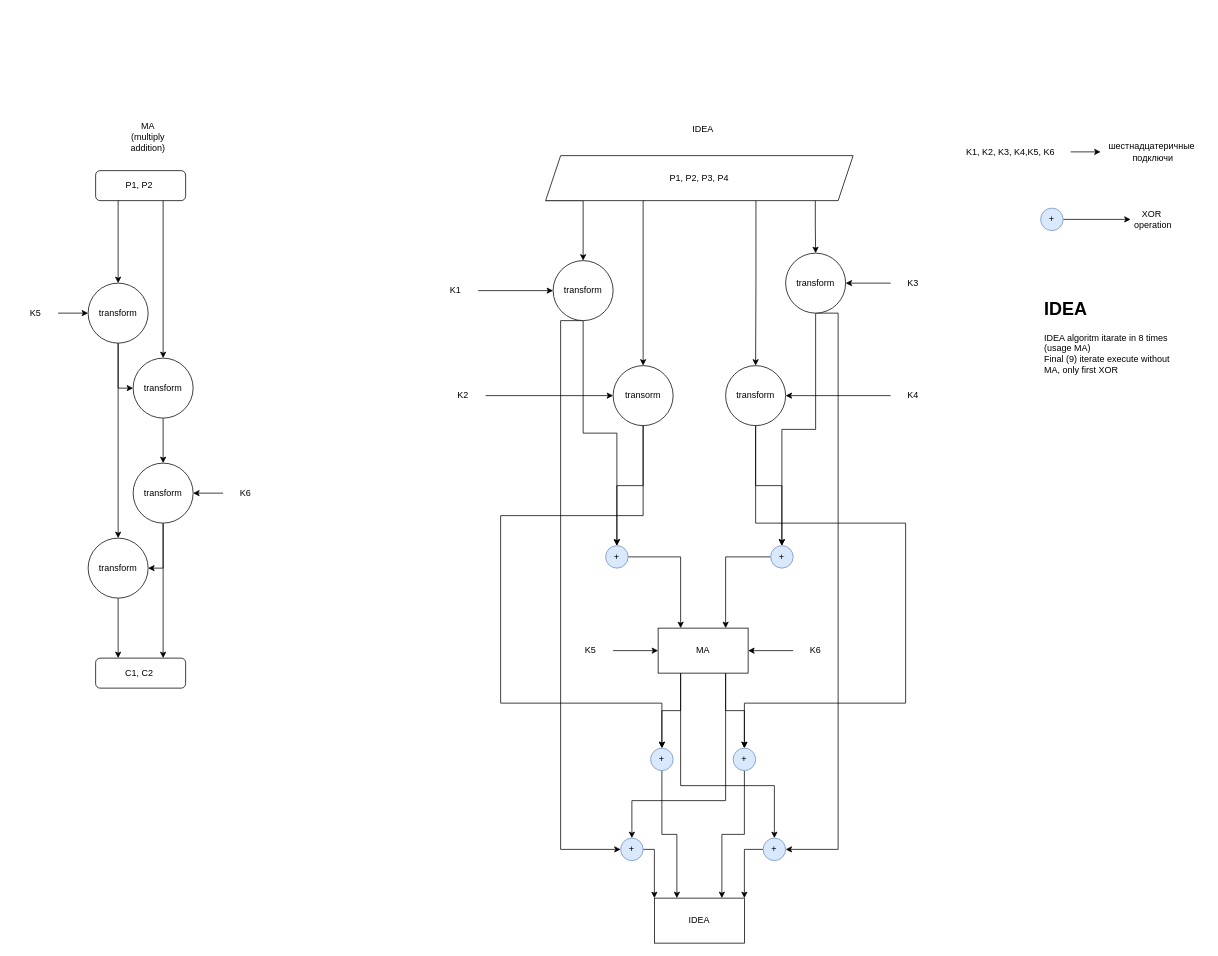
This is page "IDEA" (1 of 2) of IDEA.drawio from Vladislav1809/IDEA_course_work, a draw.io file, before an edit. Source tidied: cells renumbered, new cells numbered last; positions are measured from the earlier drawing's top-left corner, leaving out a move shared by most shapes. Both pictures are drawn from the tidied source at 75%, with x=0, y=0 at pixel (13, 118).
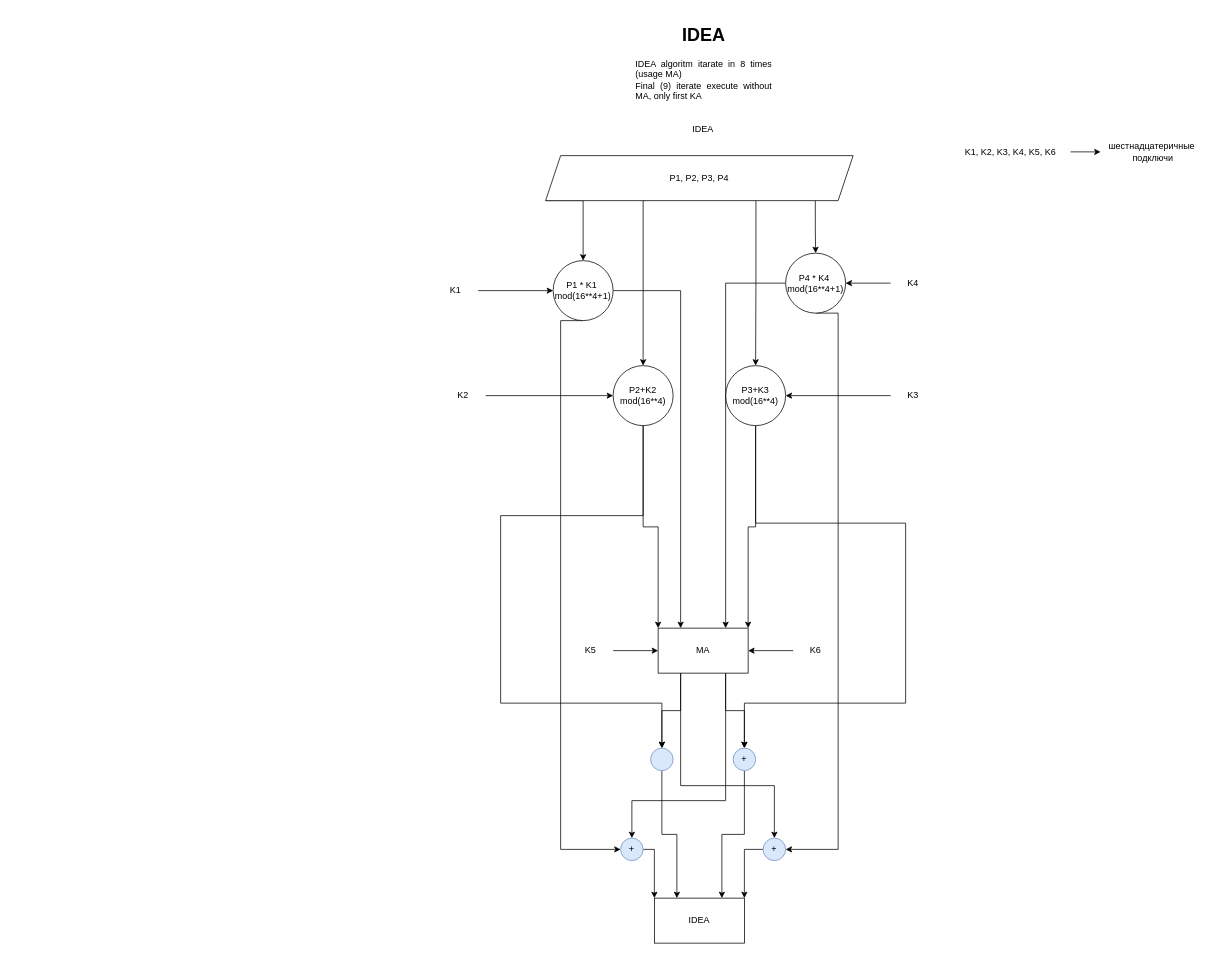
The same page after the edit.

Commit message:
upd(IDEA.drawio): изменена схема шифрования

The change refers to these unchanged cells:
```xml
<mxCell id="59" value="MA" style="rounded=0;whiteSpace=wrap;html=1;" parent="1" vertex="1">
  <mxGeometry x="860" y="680" width="120" height="60" as="geometry" />
</mxCell>
```

What changed in the source:
```diff
@@
-    <mxCell id="2" value="P1, P2&amp;nbsp;" style="rounded=1;whiteSpace=wrap;html=1;fontSize=12;glass=0;strokeWidth=1;shadow=0;" parent="1" vertex="1">
-      <mxGeometry x="110" y="70" width="120" height="40" as="geometry" />
-    </mxCell>
-    <mxCell id="3" style="edgeStyle=orthogonalEdgeStyle;rounded=0;jettySize=auto;html=1;" parent="1" edge="1" source="4" target="11">
-      <mxGeometry relative="1" as="geometry" />
-    </mxCell>
-    <mxCell id="4" value="K5" style="text;html=1;strokeColor=none;fillColor=none;align=center;verticalAlign=middle;whiteSpace=wrap;rounded=0;" parent="1" vertex="1">
-      <mxGeometry y="245" width="60" height="30" as="geometry" />
-    </mxCell>
@@
-    <mxCell id="7" value="K1, K2, K3, K4,K5, K6" style="text;html=1;strokeColor=none;fillColor=none;align=center;verticalAlign=middle;whiteSpace=wrap;rounded=0;" parent="1" vertex="1">
+    <mxCell id="7" value="K1, K2, K3, K4, K5, K6" style="text;html=1;strokeColor=none;fillColor=none;align=center;verticalAlign=middle;whiteSpace=wrap;rounded=0;" parent="1" vertex="1">
       <mxGeometry x="1250" y="30" width="160" height="30" as="geometry" />
     </mxCell>
-    <mxCell id="8" style="endArrow=classic;html=1;rounded=0;exitX=0.25;exitY=1;exitDx=0;exitDy=0;entryX=0.5;entryY=0;entryDx=0;entryDy=0;" parent="1" edge="1" source="2" target="11">
-      <mxGeometry relative="1" as="geometry" />
-    </mxCell>
-    <mxCell id="9" style="endArrow=classic;html=1;rounded=0;exitX=0.75;exitY=1;exitDx=0;exitDy=0;entryX=0.5;entryY=0;entryDx=0;entryDy=0;" parent="1" edge="1" source="2" target="14">
-      <mxGeometry relative="1" as="geometry" />
-    </mxCell>
-    <mxCell id="10" style="edgeStyle=orthogonalEdgeStyle;rounded=0;jettySize=auto;html=1;" parent="1" edge="1" source="11" target="21">
-      <mxGeometry relative="1" as="geometry" />
-    </mxCell>
-    <mxCell id="11" value="transform" style="ellipse;whiteSpace=wrap;html=1;" parent="1" vertex="1">
-      <mxGeometry x="100" y="220" width="80" height="80" as="geometry" />
-    </mxCell>
-    <mxCell id="12" style="endArrow=classic;html=1;rounded=0;exitX=0.5;exitY=1;exitDx=0;exitDy=0;" parent="1" edge="1" source="11" target="14">
-      <mxGeometry relative="1" as="geometry">
-        <Array as="points">
-          <mxPoint x="140" y="360" />
-        </Array>
-      </mxGeometry>
-    </mxCell>
-    <mxCell id="13" style="edgeStyle=orthogonalEdgeStyle;rounded=0;jettySize=auto;html=1;" parent="1" edge="1" source="14" target="19">
-      <mxGeometry relative="1" as="geometry" />
-    </mxCell>
-    <mxCell id="14" value="transform" style="ellipse;whiteSpace=wrap;html=1;" parent="1" vertex="1">
-      <mxGeometry x="160" y="320" width="80" height="80" as="geometry" />
-    </mxCell>
-    <mxCell id="15" style="edgeStyle=orthogonalEdgeStyle;rounded=0;jettySize=auto;html=1;entryX=1;entryY=0.5;entryDx=0;entryDy=0;" parent="1" edge="1" source="16" target="19">
-      <mxGeometry relative="1" as="geometry" />
-    </mxCell>
-    <mxCell id="16" value="K6" style="text;html=1;strokeColor=none;fillColor=none;align=center;verticalAlign=middle;whiteSpace=wrap;rounded=0;" parent="1" vertex="1">
-      <mxGeometry x="280" y="485" width="60" height="30" as="geometry" />
-    </mxCell>
-    <mxCell id="17" style="edgeStyle=orthogonalEdgeStyle;rounded=0;jettySize=auto;html=1;entryX=1;entryY=0.5;entryDx=0;entryDy=0;" parent="1" edge="1" source="19" target="21">
-      <mxGeometry relative="1" as="geometry" />
-    </mxCell>
-    <mxCell id="18" style="edgeStyle=orthogonalEdgeStyle;rounded=0;jettySize=auto;html=1;entryX=0.75;entryY=0;entryDx=0;entryDy=0;" parent="1" edge="1" source="19" target="22">
-      <mxGeometry relative="1" as="geometry" />
-    </mxCell>
-    <mxCell id="19" value="transform" style="ellipse;whiteSpace=wrap;html=1;" parent="1" vertex="1">
-      <mxGeometry x="160" y="460" width="80" height="80" as="geometry" />
-    </mxCell>
-    <mxCell id="20" style="edgeStyle=orthogonalEdgeStyle;rounded=0;jettySize=auto;html=1;entryX=0.25;entryY=0;entryDx=0;entryDy=0;" parent="1" edge="1" source="21" target="22">
-      <mxGeometry relative="1" as="geometry" />
-    </mxCell>
-    <mxCell id="21" value="transform" style="ellipse;whiteSpace=wrap;html=1;" parent="1" vertex="1">
-      <mxGeometry x="100" y="560" width="80" height="80" as="geometry" />
-    </mxCell>
-    <mxCell id="22" value="C1, C2&amp;nbsp;" style="rounded=1;whiteSpace=wrap;html=1;fontSize=12;glass=0;strokeWidth=1;shadow=0;" parent="1" vertex="1">
-      <mxGeometry x="110" y="720" width="120" height="40" as="geometry" />
-    </mxCell>
-    <mxCell id="23" value="MA&lt;br&gt;(multiply addition)" style="text;html=1;strokeColor=none;fillColor=none;align=center;verticalAlign=middle;whiteSpace=wrap;rounded=0;" parent="1" vertex="1">
-      <mxGeometry x="150" y="10" width="60" height="30" as="geometry" />
-    </mxCell>
@@
-    <mxCell id="30" style="edgeStyle=orthogonalEdgeStyle;rounded=0;jettySize=auto;html=1;entryX=0.25;entryY=0;entryDx=0;entryDy=0;" parent="1" edge="1" source="31" target="59">
-      <mxGeometry relative="1" as="geometry" />
-    </mxCell>
-    <mxCell id="31" value="+" style="ellipse;whiteSpace=wrap;html=1;fillColor=#dae8fc;strokeColor=#6c8ebf;" parent="1" vertex="1">
-      <mxGeometry x="790" y="570" width="30" height="30" as="geometry" />
-    </mxCell>
-    <mxCell id="32" style="edgeStyle=orthogonalEdgeStyle;rounded=0;jettySize=auto;html=1;entryX=0.75;entryY=0;entryDx=0;entryDy=0;" parent="1" edge="1" source="33" target="59">
-      <mxGeometry relative="1" as="geometry" />
-    </mxCell>
-    <mxCell id="33" value="+" style="ellipse;whiteSpace=wrap;html=1;fillColor=#dae8fc;strokeColor=#6c8ebf;" parent="1" vertex="1">
-      <mxGeometry x="1010" y="570" width="30" height="30" as="geometry" />
-    </mxCell>
-    <mxCell id="34" style="edgeStyle=orthogonalEdgeStyle;rounded=0;jettySize=auto;html=1;entryX=0.5;entryY=0;entryDx=0;entryDy=0;" parent="1" edge="1" source="36" target="31">
-      <mxGeometry relative="1" as="geometry" />
-    </mxCell>
@@
+    <mxCell id="76" style="edgeStyle=orthogonalEdgeStyle;rounded=0;jettySize=auto;html=1;entryX=0.25;entryY=0;entryDx=0;entryDy=0;" parent="1" edge="1" source="36" target="59">
+      <mxGeometry relative="1" as="geometry" />
+    </mxCell>
-    <mxCell id="36" value="transform" style="ellipse;whiteSpace=wrap;html=1;" parent="1" vertex="1">
+    <mxCell id="36" value="P1 * K1&amp;nbsp;&lt;br&gt;mod(16**4+1)" style="ellipse;whiteSpace=wrap;html=1;" parent="1" vertex="1">
       <mxGeometry x="720" y="190" width="80" height="80" as="geometry" />
     </mxCell>
-    <mxCell id="37" style="edgeStyle=orthogonalEdgeStyle;rounded=0;jettySize=auto;html=1;entryX=0.5;entryY=0;entryDx=0;entryDy=0;" parent="1" edge="1" source="38" target="31">
-      <mxGeometry relative="1" as="geometry" />
-    </mxCell>
+    <mxCell id="77" style="edgeStyle=orthogonalEdgeStyle;rounded=0;jettySize=auto;html=1;entryX=0;entryY=0;entryDx=0;entryDy=0;" parent="1" edge="1" source="38" target="59">
+      <mxGeometry relative="1" as="geometry" />
+    </mxCell>
-    <mxCell id="38" value="transorm" style="ellipse;whiteSpace=wrap;html=1;" parent="1" vertex="1">
+    <mxCell id="38" value="P2+K2&lt;br&gt;mod(16**4)" style="ellipse;whiteSpace=wrap;html=1;" parent="1" vertex="1">
       <mxGeometry x="800" y="330" width="80" height="80" as="geometry" />
     </mxCell>
@@
-    <mxCell id="43" style="edgeStyle=orthogonalEdgeStyle;rounded=0;jettySize=auto;html=1;entryX=0.5;entryY=0;entryDx=0;entryDy=0;" parent="1" edge="1" source="44" target="33">
-      <mxGeometry relative="1" as="geometry" />
-    </mxCell>
+    <mxCell id="78" style="edgeStyle=orthogonalEdgeStyle;rounded=0;jettySize=auto;html=1;entryX=1;entryY=0;entryDx=0;entryDy=0;" parent="1" edge="1" source="44" target="59">
+      <mxGeometry relative="1" as="geometry" />
+    </mxCell>
-    <mxCell id="44" value="transform" style="ellipse;whiteSpace=wrap;html=1;" parent="1" vertex="1">
+    <mxCell id="44" value="P3+K3&lt;br&gt;mod(16**4)" style="ellipse;whiteSpace=wrap;html=1;" parent="1" vertex="1">
       <mxGeometry x="950" y="330" width="80" height="80" as="geometry" />
     </mxCell>
-    <mxCell id="45" style="edgeStyle=orthogonalEdgeStyle;rounded=0;jettySize=auto;html=1;entryX=0.5;entryY=0;entryDx=0;entryDy=0;" parent="1" edge="1" source="47" target="33">
-      <mxGeometry relative="1" as="geometry" />
-    </mxCell>
@@
+    <mxCell id="79" style="edgeStyle=orthogonalEdgeStyle;rounded=0;jettySize=auto;html=1;entryX=0.75;entryY=0;entryDx=0;entryDy=0;" parent="1" edge="1" source="47" target="59">
+      <mxGeometry relative="1" as="geometry" />
+    </mxCell>
-    <mxCell id="47" value="transform" style="ellipse;whiteSpace=wrap;html=1;" parent="1" vertex="1">
+    <mxCell id="47" value="P4 * K4&amp;nbsp;&lt;br&gt;mod(16**4+1)" style="ellipse;whiteSpace=wrap;html=1;" parent="1" vertex="1">
       <mxGeometry x="1030" y="180" width="80" height="80" as="geometry" />
     </mxCell>
@@
-    <mxCell id="49" value="K3" style="text;html=1;strokeColor=none;fillColor=none;align=center;verticalAlign=middle;whiteSpace=wrap;rounded=0;" parent="1" vertex="1">
+    <mxCell id="49" value="K4" style="text;html=1;strokeColor=none;fillColor=none;align=center;verticalAlign=middle;whiteSpace=wrap;rounded=0;" parent="1" vertex="1">
       <mxGeometry x="1170" y="205" width="60" height="30" as="geometry" />
     </mxCell>
@@
-    <mxCell id="51" value="K4" style="text;html=1;strokeColor=none;fillColor=none;align=center;verticalAlign=middle;whiteSpace=wrap;rounded=0;" parent="1" vertex="1">
+    <mxCell id="51" value="K3" style="text;html=1;strokeColor=none;fillColor=none;align=center;verticalAlign=middle;whiteSpace=wrap;rounded=0;" parent="1" vertex="1">
       <mxGeometry x="1170" y="355" width="60" height="30" as="geometry" />
     </mxCell>
-    <mxCell id="52" style="edgeStyle=orthogonalEdgeStyle;rounded=0;jettySize=auto;html=1;" parent="1" edge="1" source="53" target="54">
-      <mxGeometry relative="1" as="geometry" />
-    </mxCell>
-    <mxCell id="53" value="+" style="ellipse;whiteSpace=wrap;html=1;fillColor=#dae8fc;strokeColor=#6c8ebf;" parent="1" vertex="1">
-      <mxGeometry x="1370" y="120" width="30" height="30" as="geometry" />
-    </mxCell>
-    <mxCell id="54" value="XOR&amp;nbsp;&lt;br&gt;operation" style="text;html=1;strokeColor=none;fillColor=none;align=center;verticalAlign=middle;whiteSpace=wrap;rounded=0;" parent="1" vertex="1">
-      <mxGeometry x="1490" y="120" width="60" height="30" as="geometry" />
-    </mxCell>
@@
-    <mxCell id="68" value="+" style="ellipse;whiteSpace=wrap;html=1;fillColor=#dae8fc;strokeColor=#6c8ebf;" parent="1" vertex="1">
+    <mxCell id="68" style="ellipse;whiteSpace=wrap;html=1;fillColor=#dae8fc;strokeColor=#6c8ebf;" parent="1" vertex="1">
       <mxGeometry x="850" y="840" width="30" height="30" as="geometry" />
     </mxCell>
@@
-    <mxCell id="75" value="&lt;h1&gt;IDEA&lt;/h1&gt;&lt;p&gt;IDEA algoritm itarate in 8 times (usage MA)&lt;br&gt;Final (9) iterate execute without MA, only first XOR&amp;nbsp;&lt;br&gt;&lt;br&gt;&lt;/p&gt;" style="text;html=1;strokeColor=none;fillColor=none;spacing=5;spacingTop=-20;whiteSpace=wrap;overflow=hidden;rounded=0;" parent="1" vertex="1">
-      <mxGeometry x="1370" y="235" width="190" height="120" as="geometry" />
+    <mxCell id="75" value="&lt;h1 style=&quot;text-align: center;&quot;&gt;IDEA&lt;/h1&gt;&lt;p&gt;&lt;/p&gt;&lt;div style=&quot;text-align: justify;&quot;&gt;&lt;span style=&quot;background-color: initial;&quot;&gt;IDEA algoritm itarate in 8 times (usage MA)&lt;/span&gt;&lt;/div&gt;&lt;div style=&quot;text-align: justify;&quot;&gt;&lt;span style=&quot;background-color: initial;&quot;&gt;Final (9) iterate execute without MA, only first KA&lt;/span&gt;&lt;/div&gt;&lt;br&gt;&lt;p&gt;&lt;/p&gt;" style="text;html=1;strokeColor=none;fillColor=none;spacing=5;spacingTop=-20;whiteSpace=wrap;overflow=hidden;rounded=0;" parent="1" vertex="1">
+      <mxGeometry x="825" y="-130" width="190" height="120" as="geometry" />
     </mxCell>
```
